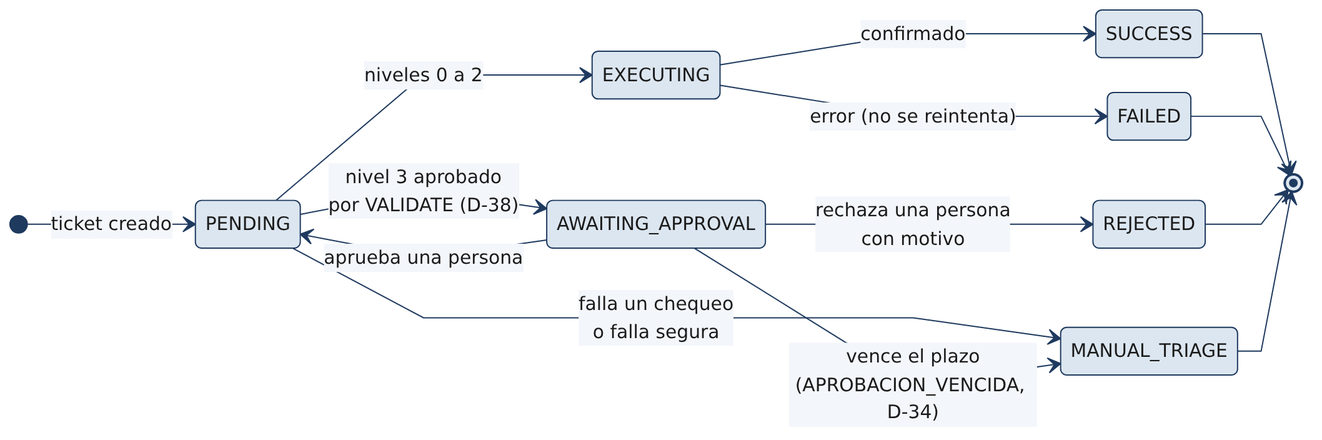
Above: docs/diagramas/02_estados_ticket.png in soaria186/kronos-ai (Mermaid), before the change. Its source is kept beside it as docs/diagramas/02_estados_ticket.mmd.
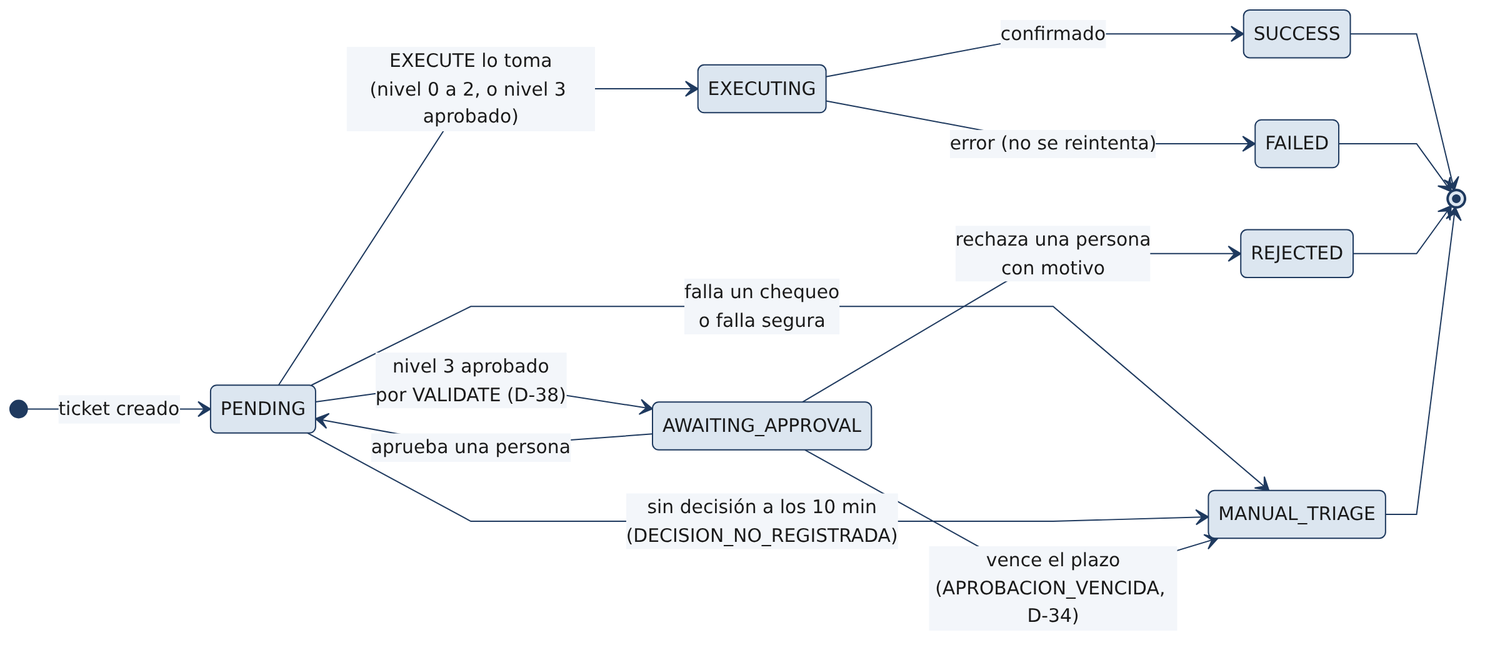
The same file after the commit.

Commit message:
docs(02): estados del ticket y del cortacircuito al día con #35 y #36

What changed in the source:
```diff
@@ -2,9 +2,10 @@
     direction LR
     [*] --> PENDING: ticket creado
     PENDING --> MANUAL_TRIAGE: falla un chequeo<br/>o falla segura
-    PENDING --> EXECUTING: niveles 0 a 2
+    PENDING --> EXECUTING: EXECUTE lo toma<br/>(nivel 0 a 2, o nivel 3 aprobado)
     PENDING --> AWAITING_APPROVAL: nivel 3 aprobado<br/>por VALIDATE (D-38)
     AWAITING_APPROVAL --> PENDING: aprueba una persona
+    PENDING --> MANUAL_TRIAGE: sin decisión a los 10 min<br/>(DECISION_NO_REGISTRADA)
     AWAITING_APPROVAL --> REJECTED: rechaza una persona<br/>con motivo
     AWAITING_APPROVAL --> MANUAL_TRIAGE: vence el plazo<br/>(APROBACION_VENCIDA, D-34)
     EXECUTING --> SUCCESS: confirmado
```
